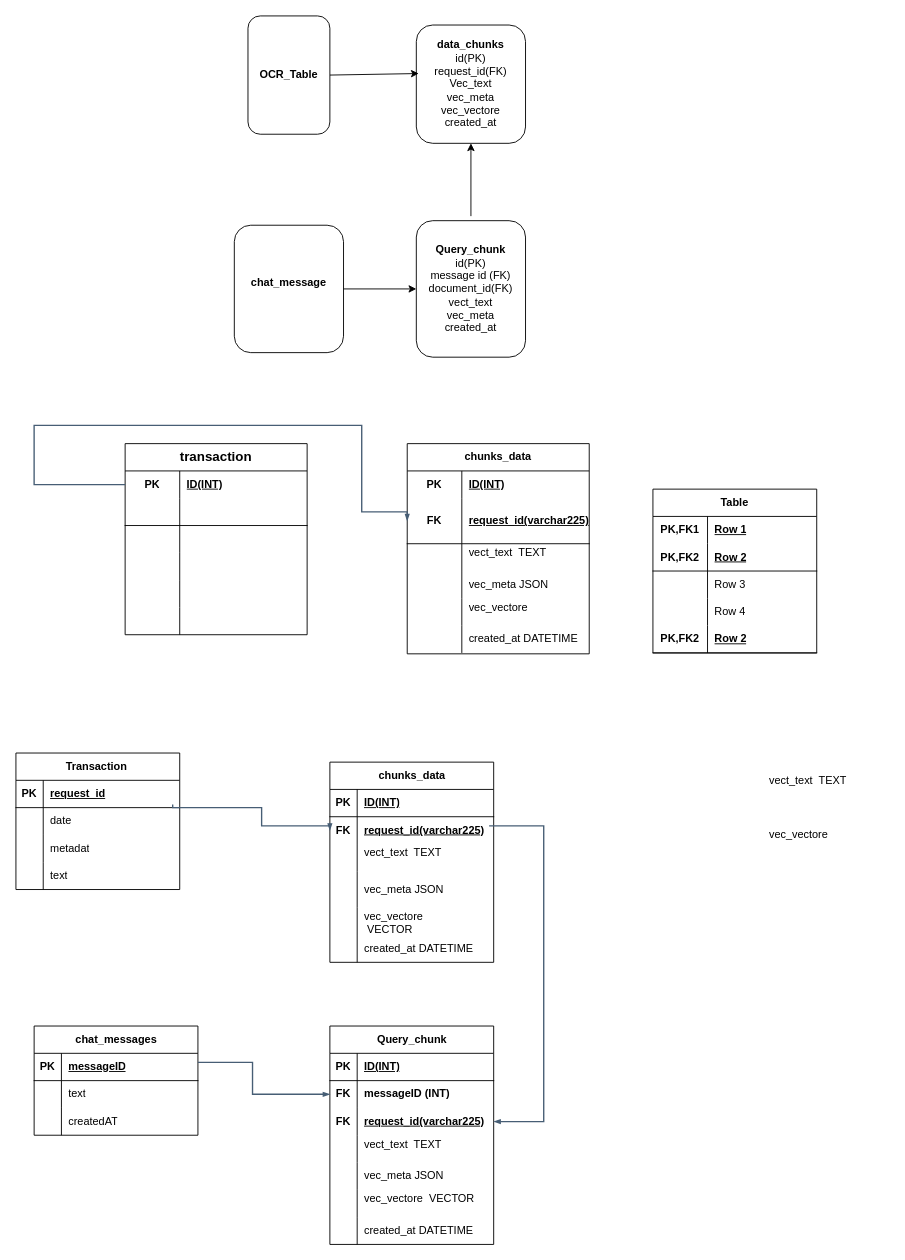
Earlier version of the draw.io diagram Untitled Diagram.drawio (sahar389/api_go). Source tidied: cells renumbered, new cells numbered last; positions are measured from the earlier drawing's top-left corner, leaving out a move shared by most shapes. Both pictures are drawn from the tidied source at 91%, with x=0, y=0 at pixel (15, 15).
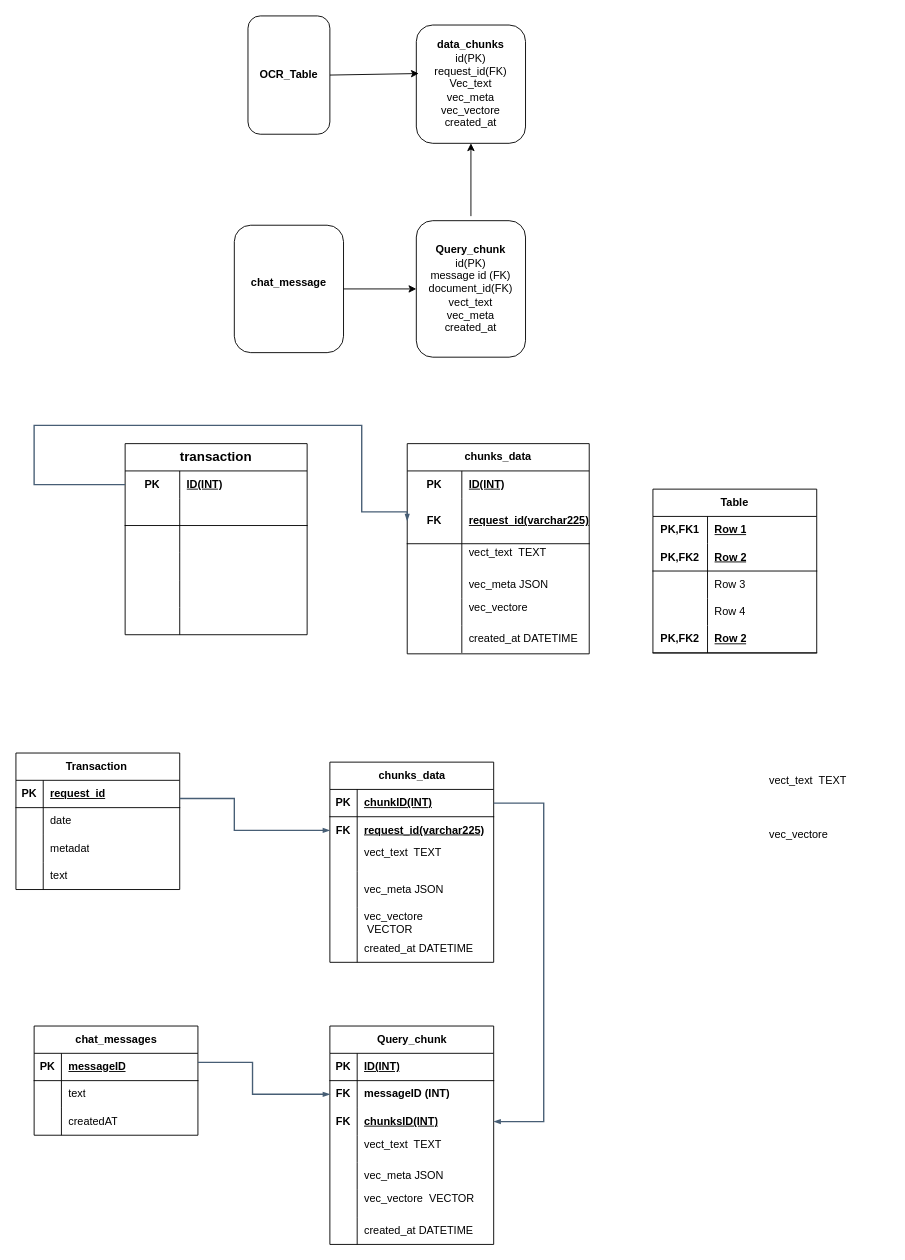
Above is the later version.

Unchanged cells that the change refers to:
```xml
<mxCell id="77" style="shape=tableRow;horizontal=0;startSize=0;swimlaneHead=0;swimlaneBody=0;fillColor=none;points=[[0,0.5],[1,0.5]];portConstraint=eastwest;top=0;left=0;right=0;bottom=0;" parent="70" vertex="1">
  <mxGeometry y="90" width="180" height="30" as="geometry" />
</mxCell>
<mxCell id="104" style="shape=tableRow;horizontal=0;startSize=0;swimlaneHead=0;swimlaneBody=0;fillColor=none;points=[[0,0.5],[1,0.5]];portConstraint=eastwest;top=0;left=0;right=0;bottom=1;" parent="103" vertex="1">
  <mxGeometry y="30" width="180" height="30" as="geometry" />
</mxCell>
<mxCell id="107" style="shape=tableRow;horizontal=0;startSize=0;swimlaneHead=0;swimlaneBody=0;fillColor=none;points=[[0,0.5],[1,0.5]];portConstraint=eastwest;top=0;left=0;right=0;bottom=0;" parent="103" vertex="1">
  <mxGeometry y="60" width="180" height="30" as="geometry" />
</mxCell>
<mxCell id="127" style="shape=tableRow;horizontal=0;startSize=0;swimlaneHead=0;swimlaneBody=0;fillColor=none;points=[[0,0.5],[1,0.5]];portConstraint=eastwest;top=0;left=0;right=0;bottom=0;" parent="123" vertex="1">
  <mxGeometry y="60" width="180" height="30" as="geometry" />
</mxCell>
```

What changed in the source:
```diff
@@
-    <mxCell id="79" value="&lt;div style=&quot;text-align: center;&quot;&gt;&lt;span style=&quot;font-weight: 700; text-decoration-line: underline;&quot;&gt;request_id(varchar225)&lt;/span&gt;&lt;/div&gt;" style="shape=partialRectangle;fillColor=none;top=0;left=0;bottom=0;right=0;align=left;spacingLeft=6;overflow=hidden;whiteSpace=wrap;html=1;" parent="77" vertex="1">
+    <mxCell id="79" value="&lt;div style=&quot;text-align: center;&quot;&gt;&lt;span style=&quot;font-weight: 700; text-decoration-line: underline;&quot;&gt;chunksID(INT)&lt;/span&gt;&lt;/div&gt;" style="shape=partialRectangle;fillColor=none;top=0;left=0;bottom=0;right=0;align=left;spacingLeft=6;overflow=hidden;whiteSpace=wrap;html=1;" parent="77" vertex="1">
       <mxGeometry x="30" width="150" height="30" as="geometry" />
     </mxCell>
@@
-    <mxCell id="106" value="ID(INT)" style="shape=partialRectangle;fillColor=none;top=0;left=0;bottom=0;right=0;align=left;spacingLeft=6;fontStyle=5;overflow=hidden;whiteSpace=wrap;html=1;" parent="104" vertex="1">
+    <mxCell id="106" value="chunkID(INT)" style="shape=partialRectangle;fillColor=none;top=0;left=0;bottom=0;right=0;align=left;spacingLeft=6;fontStyle=5;overflow=hidden;whiteSpace=wrap;html=1;" parent="104" vertex="1">
       <mxGeometry x="30" width="150" height="30" as="geometry" />
     </mxCell>
@@
-    <mxCell id="122" style="edgeStyle=orthogonalEdgeStyle;rounded=0;jettySize=auto;html=1;fontSize=18;strokeColor=#475E75;fontFamily=Helvetica;fontColor=default;targetPerimeterSpacing=15;endSize=4;startSize=4;endArrow=blockThin;endFill=1;strokeWidth=1.5;startArrow=none;startFill=0;entryX=1;entryY=0.5;entryDx=0;entryDy=0;" parent="1" edge="1" target="77">
+    <mxCell id="122" style="edgeStyle=orthogonalEdgeStyle;rounded=0;jettySize=auto;html=1;fontSize=18;strokeColor=#475E75;fontFamily=Helvetica;fontColor=default;targetPerimeterSpacing=15;endSize=4;startSize=4;endArrow=blockThin;endFill=1;strokeWidth=1.5;startArrow=none;startFill=0;entryX=1;entryY=0.5;entryDx=0;entryDy=0;exitX=1;exitY=0.5;exitDx=0;exitDy=0;" parent="1" edge="1" source="104" target="77">
       <mxGeometry relative="1" as="geometry">
-        <mxPoint x="520" y="890" as="sourcePoint" />
         <Array as="points">
-          <mxPoint x="580" y="890" />
+          <mxPoint x="580" y="865" />
           <mxPoint x="580" y="1215" />
         </Array>
       </mxGeometry>
     </mxCell>
@@
-    <mxCell id="136" style="edgeStyle=orthogonalEdgeStyle;rounded=0;jettySize=auto;html=1;fontSize=18;strokeColor=#475E75;fontFamily=Helvetica;fontColor=default;targetPerimeterSpacing=15;endSize=4;startSize=4;endArrow=blockThin;endFill=1;strokeWidth=1.5;startArrow=none;startFill=0;entryX=0;entryY=0.5;entryDx=0;entryDy=0;exitX=0.957;exitY=-0.113;exitDx=0;exitDy=0;exitPerimeter=0;" parent="1" edge="1" source="127" target="107">
-      <mxGeometry relative="1" as="geometry">
-        <Array as="points">
-          <mxPoint x="172" y="870" />
-          <mxPoint x="270" y="870" />
-          <mxPoint x="270" y="890" />
-          <mxPoint x="345" y="890" />
-        </Array>
-      </mxGeometry>
-    </mxCell>
+    <mxCell id="137" style="edgeStyle=orthogonalEdgeStyle;rounded=0;jettySize=auto;html=1;fontSize=18;strokeColor=#475E75;fontFamily=Helvetica;fontColor=default;targetPerimeterSpacing=15;endSize=4;startSize=4;endArrow=blockThin;endFill=1;strokeWidth=1.5;startArrow=none;startFill=0;entryX=0;entryY=0.5;entryDx=0;entryDy=0;" parent="1" edge="1" target="107">
+      <mxGeometry relative="1" as="geometry">
+        <mxPoint x="180" y="860" as="sourcePoint" />
+        <Array as="points">
+          <mxPoint x="240" y="860" />
+          <mxPoint x="240" y="895" />
+        </Array>
+      </mxGeometry>
+    </mxCell>
```
